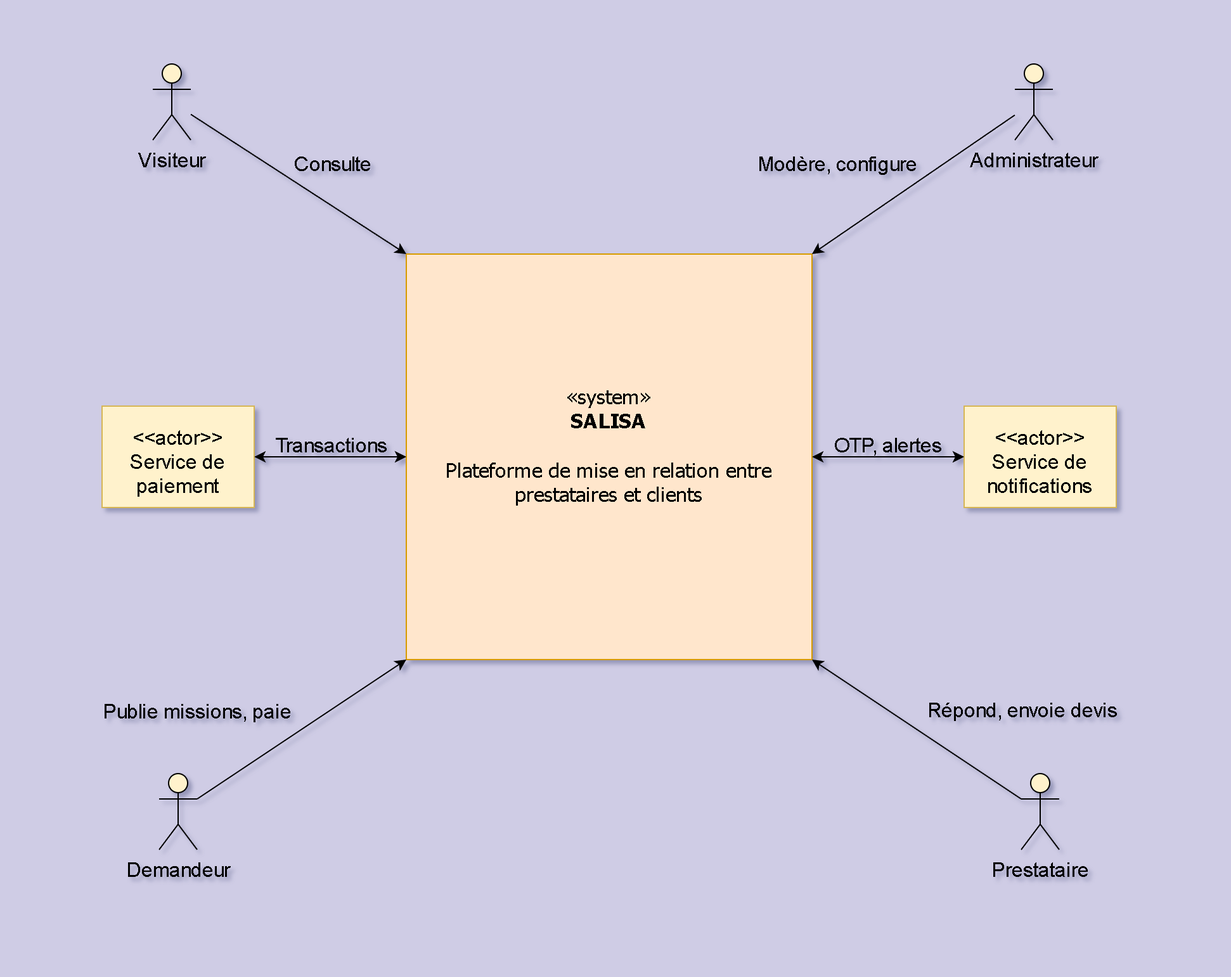
Above: images/diagramme_contexte_statique.png in KazeHolloway/Projet_LaTex (draw.io), before the change. Source tidied: cells renumbered, new cells last; positions are measured from the earlier drawing's top-left corner, leaving out a move shared by most shapes.
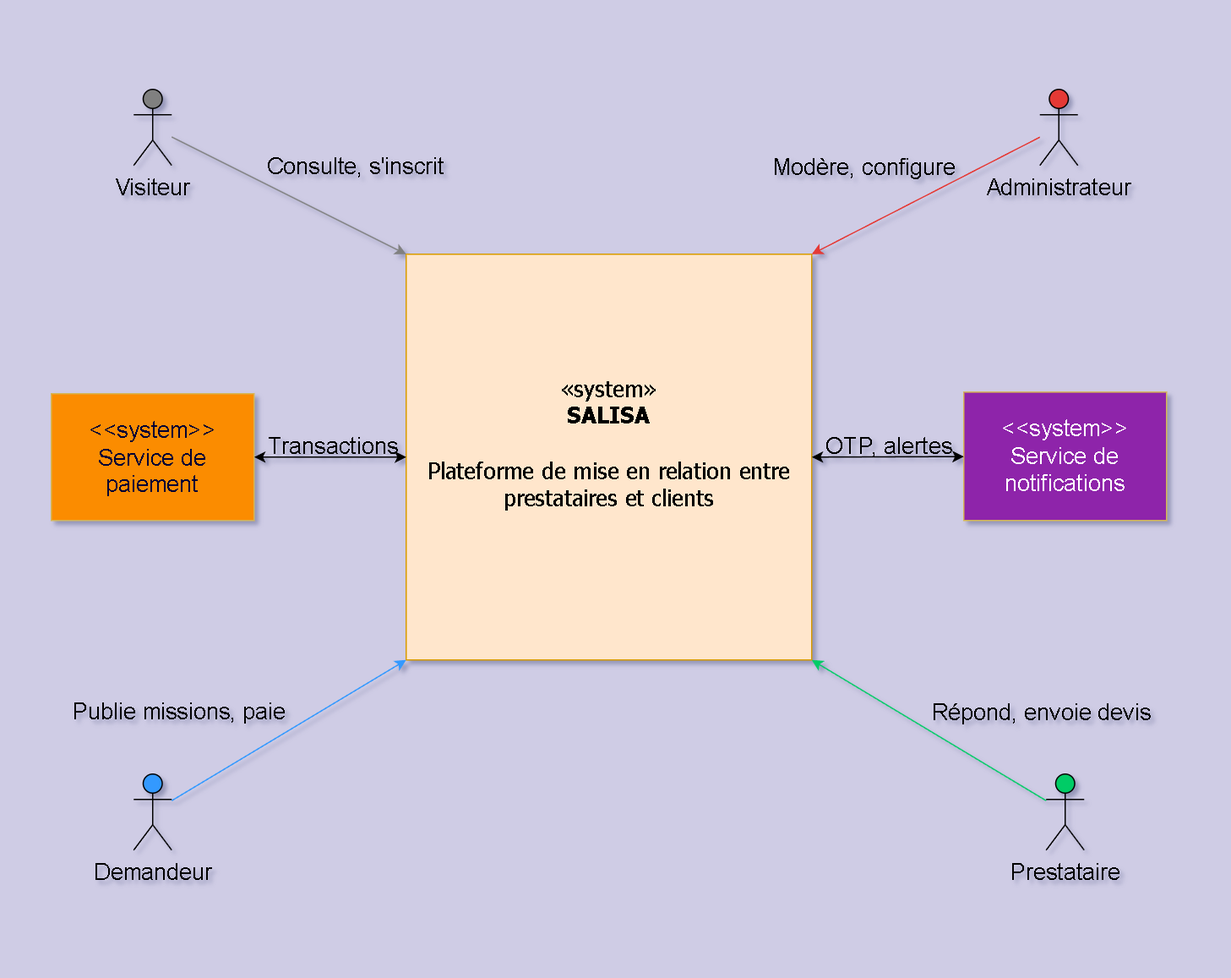
After the commit.

What changed in the source:
```diff
@@ -2,71 +2,71 @@
   <root>
     <mxCell id="0" />
     <mxCell id="1" parent="0" />
-    <mxCell id="2" value="«system»&lt;br&gt;&lt;b&gt;SALISA&lt;/b&gt;&lt;div&gt;&lt;b&gt;&lt;br&gt;&lt;/b&gt;&lt;/div&gt;&lt;div&gt;Plateforme de mise en relation entre prestataires et clients&lt;/div&gt;&lt;div&gt;&lt;br&gt;&lt;/div&gt;" style="html=1;whiteSpace=wrap;fillColor=#ffe6cc;strokeColor=#d79b00;gradientColor=none;fillStyle=solid;rounded=0;glass=0;shadow=0;labelBackgroundColor=none;fontColor=default;fontSize=16;fontFamily=Tahoma;verticalAlign=middle;" parent="1" vertex="1">
+    <mxCell id="2" value="«system»&lt;br&gt;&lt;b&gt;SALISA&lt;/b&gt;&lt;div&gt;&lt;b&gt;&lt;br&gt;&lt;/b&gt;&lt;/div&gt;&lt;div&gt;Plateforme de mise en relation entre prestataires et clients&lt;/div&gt;&lt;div&gt;&lt;br&gt;&lt;/div&gt;" style="html=1;whiteSpace=wrap;fillColor=#ffe6cc;strokeColor=#d79b00;gradientColor=none;fillStyle=solid;rounded=0;glass=0;shadow=0;labelBackgroundColor=none;fontColor=default;fontSize=18;fontFamily=Tahoma;verticalAlign=middle;" parent="1" vertex="1">
       <mxGeometry x="240" y="150" width="320" height="320" as="geometry" />
     </mxCell>
-    <mxCell id="3" value="Administrateur" style="shape=umlActor;html=1;verticalLabelPosition=bottom;verticalAlign=top;align=center;rounded=0;fillColor=#fff2cc;strokeColor=#000000;fontSize=16;" parent="1" vertex="1">
-      <mxGeometry x="720" width="30" height="60" as="geometry" />
+    <mxCell id="3" value="Administrateur" style="shape=umlActor;html=1;verticalLabelPosition=bottom;verticalAlign=top;align=center;rounded=0;fillColor=#E53935;strokeColor=#000000;fontSize=18;" parent="1" vertex="1">
+      <mxGeometry x="740" y="20" width="30" height="60" as="geometry" />
     </mxCell>
-    <mxCell id="4" value="Demandeur" style="shape=umlActor;html=1;verticalLabelPosition=bottom;verticalAlign=top;align=center;rounded=0;fillColor=#fff2cc;strokeColor=#000000;fontSize=16;" parent="1" vertex="1">
-      <mxGeometry x="45" y="560" width="30" height="60" as="geometry" />
+    <mxCell id="4" value="Demandeur" style="shape=umlActor;html=1;verticalLabelPosition=bottom;verticalAlign=top;align=center;rounded=0;fillColor=#3399FF;strokeColor=#000000;fontSize=18;" parent="1" vertex="1">
+      <mxGeometry x="25" y="560" width="30" height="60" as="geometry" />
     </mxCell>
-    <mxCell id="5" value="Visiteur" style="shape=umlActor;html=1;verticalLabelPosition=bottom;verticalAlign=top;align=center;rounded=0;fillColor=#fff2cc;strokeColor=#000000;fontSize=16;" parent="1" vertex="1">
-      <mxGeometry x="40" width="30" height="60" as="geometry" />
+    <mxCell id="5" value="Visiteur" style="shape=umlActor;html=1;verticalLabelPosition=bottom;verticalAlign=top;align=center;rounded=0;fillColor=#808080;strokeColor=#000000;fontSize=18;" parent="1" vertex="1">
+      <mxGeometry x="25" y="20" width="30" height="60" as="geometry" />
     </mxCell>
-    <mxCell id="6" value="Prestataire" style="shape=umlActor;html=1;verticalLabelPosition=bottom;verticalAlign=top;align=center;rounded=0;shadow=0;fillColor=#fff2cc;strokeColor=#000000;fontSize=16;" parent="1" vertex="1">
-      <mxGeometry x="725" y="560" width="30" height="60" as="geometry" />
+    <mxCell id="6" value="Prestataire" style="shape=umlActor;html=1;verticalLabelPosition=bottom;verticalAlign=top;align=center;rounded=0;shadow=0;fillColor=#00CC66;strokeColor=#000000;fontSize=18;" parent="1" vertex="1">
+      <mxGeometry x="745" y="560" width="30" height="60" as="geometry" />
     </mxCell>
-    <mxCell id="7" style="rounded=0;jettySize=auto;html=1;entryX=0;entryY=0;entryDx=0;entryDy=0;fontSize=16;" parent="1" edge="1" source="5" target="2">
+    <mxCell id="7" style="rounded=0;jettySize=auto;html=1;entryX=0;entryY=0;entryDx=0;entryDy=0;fontSize=18;strokeColor=#808080;" parent="1" edge="1" source="5" target="2">
       <mxGeometry relative="1" as="geometry" />
     </mxCell>
-    <mxCell id="8" value="Consulte" style="edgeLabel;html=1;align=center;verticalAlign=middle;labelBackgroundColor=none;fontSize=16;textShadow=0;" parent="7" vertex="1">
+    <mxCell id="8" value="Consulte, s'inscrit" style="edgeLabel;html=1;align=center;verticalAlign=middle;labelBackgroundColor=none;fontSize=18;textShadow=0;" parent="7" vertex="1">
       <mxGeometry x="-0.13" y="-2" relative="1" as="geometry">
-        <mxPoint x="39" y="-11" as="offset" />
+        <mxPoint x="65" y="-20" as="offset" />
       </mxGeometry>
     </mxCell>
-    <mxCell id="9" style="rounded=0;jettySize=auto;html=1;entryX=0;entryY=1;entryDx=0;entryDy=0;fontSize=16;" parent="1" edge="1" source="4" target="2">
+    <mxCell id="9" style="rounded=0;jettySize=auto;html=1;entryX=0;entryY=1;entryDx=0;entryDy=0;fontSize=18;strokeColor=#3399FF;" parent="1" edge="1" source="4" target="2">
       <mxGeometry relative="1" as="geometry" />
     </mxCell>
-    <mxCell id="10" value="Publie missions, paie" style="edgeLabel;html=1;align=center;verticalAlign=middle;fontSize=16;labelBackgroundColor=none;labelBorderColor=none;" parent="9" vertex="1">
+    <mxCell id="10" value="Publie missions, paie" style="edgeLabel;html=1;align=center;verticalAlign=middle;fontSize=18;labelBackgroundColor=none;labelBorderColor=none;" parent="9" vertex="1">
       <mxGeometry x="-0.12" y="3" relative="1" as="geometry">
-        <mxPoint x="-71" y="-19" as="offset" />
+        <mxPoint x="-75" y="-20" as="offset" />
       </mxGeometry>
     </mxCell>
-    <mxCell id="11" style="rounded=0;jettySize=auto;html=1;entryX=1;entryY=1;entryDx=0;entryDy=0;fontSize=16;" parent="1" edge="1" source="6" target="2">
+    <mxCell id="11" style="rounded=0;jettySize=auto;html=1;entryX=1;entryY=1;entryDx=0;entryDy=0;fontSize=18;fillColor=#00CC66;strokeColor=#00CC66;" parent="1" edge="1" source="6" target="2">
       <mxGeometry relative="1" as="geometry" />
     </mxCell>
-    <mxCell id="12" value="Répond, envoie devis" style="edgeLabel;html=1;align=center;verticalAlign=middle;labelBackgroundColor=none;fontSize=16;" parent="11" vertex="1">
+    <mxCell id="12" value="Répond, envoie devis" style="edgeLabel;html=1;align=center;verticalAlign=middle;labelBackgroundColor=none;fontSize=18;" parent="11" vertex="1">
       <mxGeometry x="-0.1" y="-1" relative="1" as="geometry">
-        <mxPoint x="74" y="-20" as="offset" />
+        <mxPoint x="78" y="-20" as="offset" />
       </mxGeometry>
     </mxCell>
-    <mxCell id="13" style="rounded=0;jettySize=auto;html=1;entryX=1;entryY=0;entryDx=0;entryDy=0;fontSize=16;" parent="1" edge="1" source="3" target="2">
+    <mxCell id="13" style="rounded=0;jettySize=auto;html=1;entryX=1;entryY=0;entryDx=0;entryDy=0;fontSize=18;strokeColor=#E53935;" parent="1" edge="1" source="3" target="2">
       <mxGeometry relative="1" as="geometry" />
     </mxCell>
-    <mxCell id="14" value="Modère, configure" style="edgeLabel;html=1;align=center;verticalAlign=middle;fontSize=16;fontColor=default;labelBackgroundColor=none;" parent="13" vertex="1">
+    <mxCell id="14" value="Modère, configure" style="edgeLabel;html=1;align=center;verticalAlign=middle;fontSize=18;fontColor=default;labelBackgroundColor=none;" parent="13" vertex="1">
       <mxGeometry x="0.02" y="-2" relative="1" as="geometry">
-        <mxPoint x="-57" y="-17" as="offset" />
+        <mxPoint x="-47" y="-23" as="offset" />
       </mxGeometry>
     </mxCell>
-    <mxCell id="15" value="&lt;p&gt;&amp;lt;&amp;lt;actor&amp;gt;&amp;gt;&lt;br&gt;Service de paiement&lt;/p&gt;" style="shape=rect;html=1;overflow=fill;whiteSpace=wrap;align=center;fillColor=#fff2cc;strokeColor=#d6b656;fontSize=16;" parent="1" vertex="1">
-      <mxGeometry y="270" width="120" height="80" as="geometry" />
+    <mxCell id="15" value="&lt;p&gt;&amp;lt;&amp;lt;system&amp;gt;&amp;gt;&lt;br&gt;Service de paiement&lt;/p&gt;" style="shape=rect;html=1;overflow=fill;whiteSpace=wrap;align=center;fillColor=#FB8C00;strokeColor=#d6b656;fontSize=18;fontColor=#000033;" parent="1" vertex="1">
+      <mxGeometry x="-40" y="260" width="160" height="100" as="geometry" />
     </mxCell>
-    <mxCell id="16" value="&lt;p&gt;&amp;lt;&amp;lt;actor&amp;gt;&amp;gt;&lt;br&gt;Service de notifications&lt;/p&gt;" style="shape=rect;html=1;overflow=fill;whiteSpace=wrap;align=center;fillColor=#fff2cc;strokeColor=#d6b656;fontSize=16;verticalAlign=top;" parent="1" vertex="1">
-      <mxGeometry x="680" y="270" width="120" height="80" as="geometry" />
+    <mxCell id="16" value="&lt;p&gt;&amp;lt;&amp;lt;system&amp;gt;&amp;gt;&lt;br&gt;Service de notifications&lt;/p&gt;" style="shape=rect;html=1;overflow=fill;whiteSpace=wrap;align=center;fillColor=#8E24AA;strokeColor=#d6b656;fontSize=18;verticalAlign=top;fontColor=#FFFFFF;" parent="1" vertex="1">
+      <mxGeometry x="680" y="258.8" width="160" height="101.2" as="geometry" />
     </mxCell>
-    <mxCell id="17" style="rounded=0;jettySize=auto;html=1;entryX=0;entryY=0.5;entryDx=0;entryDy=0;startArrow=classic;startFill=1;endArrow=classic;endFill=1;exitX=1;exitY=0.5;exitDx=0;exitDy=0;fontSize=16;" parent="1" edge="1" source="15" target="2">
+    <mxCell id="17" style="rounded=0;jettySize=auto;html=1;entryX=0;entryY=0.5;entryDx=0;entryDy=0;startArrow=classic;startFill=1;endArrow=classic;endFill=1;exitX=1;exitY=0.5;exitDx=0;exitDy=0;fontSize=18;" parent="1" edge="1" source="15" target="2">
       <mxGeometry relative="1" as="geometry" />
     </mxCell>
-    <mxCell id="18" value="Transactions" style="edgeLabel;html=1;align=center;verticalAlign=middle;fontSize=16;labelBackgroundColor=none;" parent="17" vertex="1">
+    <mxCell id="18" value="Transactions" style="edgeLabel;html=1;align=center;verticalAlign=middle;fontSize=18;labelBackgroundColor=none;" parent="17" vertex="1">
       <mxGeometry x="-0.07" y="-1" relative="1" as="geometry">
         <mxPoint x="4" y="-11" as="offset" />
       </mxGeometry>
     </mxCell>
-    <mxCell id="19" style="rounded=0;jettySize=auto;html=1;entryX=1;entryY=0.5;entryDx=0;entryDy=0;startArrow=classic;startFill=1;endArrow=classic;endFill=1;fontSize=16;" parent="1" edge="1" source="16" target="2">
+    <mxCell id="19" style="rounded=0;jettySize=auto;html=1;entryX=1;entryY=0.5;entryDx=0;entryDy=0;startArrow=classic;startFill=1;endArrow=classic;endFill=1;fontSize=18;" parent="1" edge="1" source="16" target="2">
       <mxGeometry relative="1" as="geometry" />
     </mxCell>
-    <mxCell id="20" value="OTP, alertes" style="edgeLabel;html=1;align=center;verticalAlign=middle;labelBackgroundColor=none;fontSize=16;" parent="19" vertex="1">
+    <mxCell id="20" value="OTP, alertes" style="edgeLabel;html=1;align=center;verticalAlign=middle;labelBackgroundColor=none;fontSize=18;" parent="19" vertex="1">
       <mxGeometry x="-0.05" y="1" relative="1" as="geometry">
         <mxPoint x="-3" y="-11" as="offset" />
       </mxGeometry>
```
